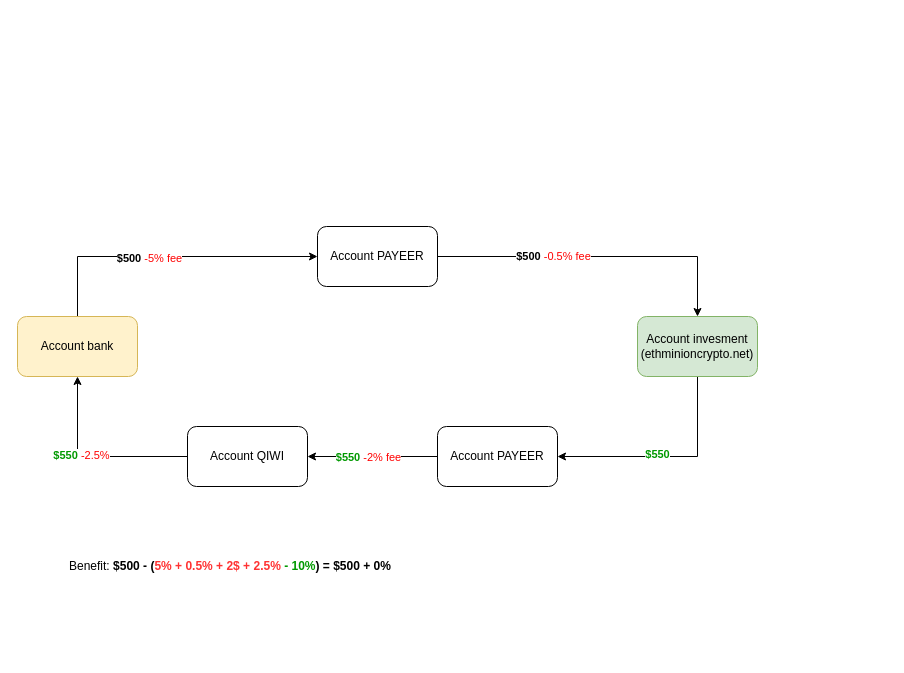
The draw.io diagram invesment.drawio in isfomin/diagrams, before the edit. Source tidied: cells renumbered, new cells numbered last; positions are measured from the earlier drawing's top-left corner, leaving out a move shared by most shapes. Both pictures are drawn from the tidied source at 100%, with x=0, y=0 at pixel (17, 226).
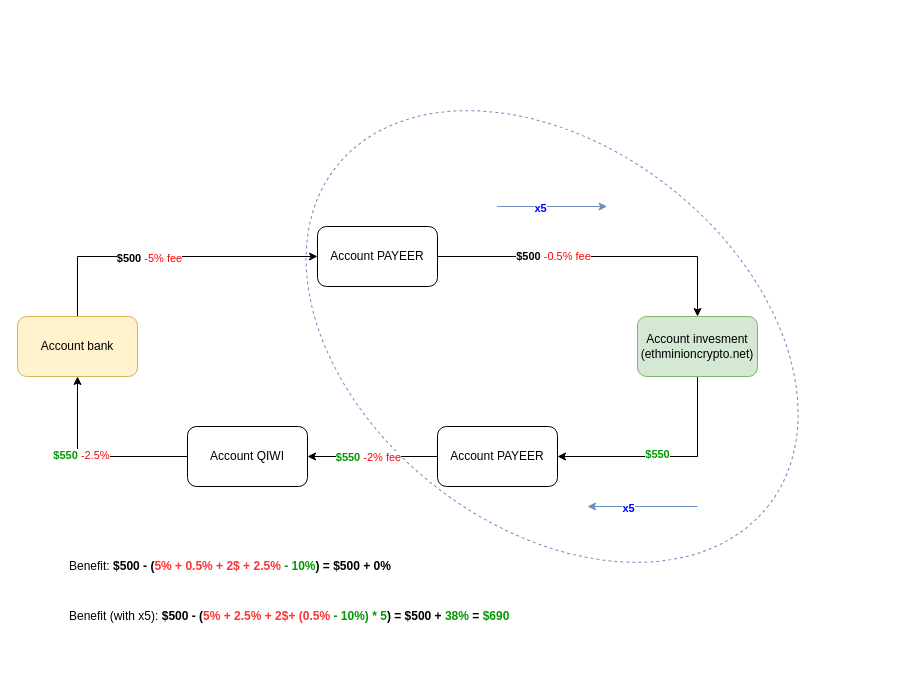
The same page after the edit.

Change to the diagram source:
```diff
@@
+    <mxCell id="18" style="ellipse;whiteSpace=wrap;html=1;rotation=38;fillColor=none;strokeColor=#6c8ebf;dashed=1;" parent="1" vertex="1">
+      <mxGeometry x="260" y="-80" width="549.2" height="380" as="geometry" />
+    </mxCell>
@@
+    <mxCell id="19" style="edgeStyle=segmentEdgeStyle;endArrow=classic;html=1;rounded=0;fillColor=#dae8fc;strokeColor=#6c8ebf;" parent="1" edge="1">
+      <mxGeometry relative="1" as="geometry">
+        <mxPoint x="479.6" y="-20" as="sourcePoint" />
+        <mxPoint x="589.6" y="-20" as="targetPoint" />
+      </mxGeometry>
+    </mxCell>
+    <mxCell id="20" value="&lt;b&gt;x5&lt;/b&gt;" style="edgeLabel;html=1;align=center;verticalAlign=middle;fontColor=#0000FF;" parent="19" vertex="1">
+      <mxGeometry x="-0.21" y="-1" relative="1" as="geometry" />
+    </mxCell>
+    <mxCell id="21" style="edgeStyle=segmentEdgeStyle;endArrow=none;html=1;rounded=0;startArrow=classic;startFill=1;endFill=0;fillColor=#dae8fc;strokeColor=#6c8ebf;" parent="1" edge="1">
+      <mxGeometry relative="1" as="geometry">
+        <mxPoint x="570" y="280" as="sourcePoint" />
+        <mxPoint x="680" y="280" as="targetPoint" />
+      </mxGeometry>
+    </mxCell>
+    <mxCell id="22" value="&lt;b&gt;x5&lt;/b&gt;" style="edgeLabel;html=1;align=center;verticalAlign=middle;fontColor=#0000FF;" parent="21" vertex="1">
+      <mxGeometry x="-0.28" y="-1" relative="1" as="geometry" />
+    </mxCell>
+    <mxCell id="23" value="Benefit (with x5): &lt;b&gt;$500 - (&lt;font color=&quot;#ff3333&quot;&gt;5% + 2.5% + 2$&lt;/font&gt;&lt;/b&gt;&lt;b&gt;&lt;font color=&quot;#ff3333&quot;&gt;+&amp;nbsp;&lt;/font&gt;&lt;/b&gt;&lt;b&gt;&lt;font color=&quot;#ff3333&quot;&gt;(0.5%&lt;/font&gt;&amp;nbsp;&lt;font color=&quot;#009900&quot;&gt;-&amp;nbsp;10%) * 5&lt;/font&gt;) = $500 + &lt;font color=&quot;#009900&quot;&gt;38% &lt;/font&gt;= &lt;font color=&quot;#009900&quot;&gt;$690&lt;/font&gt;&lt;/b&gt;" style="text;html=1;strokeColor=none;fillColor=none;align=left;verticalAlign=middle;whiteSpace=wrap;rounded=0;fontColor=#000000;" parent="1" vertex="1">
+      <mxGeometry x="50" y="360" width="620" height="60" as="geometry" />
+    </mxCell>
```
